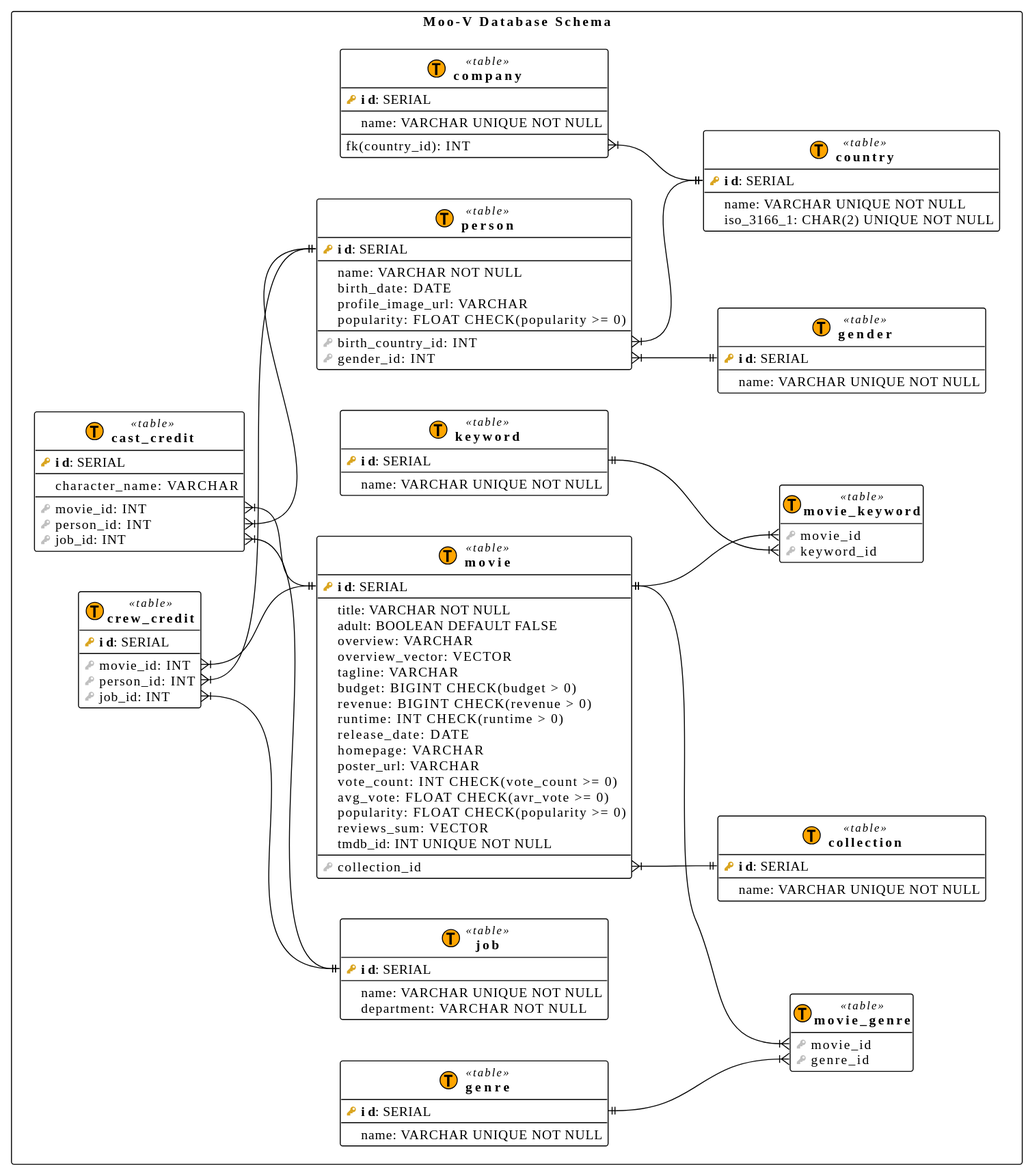
Above: schema/moo-v-db.svg in Moo-V-project/database (PlantUML), before the change.
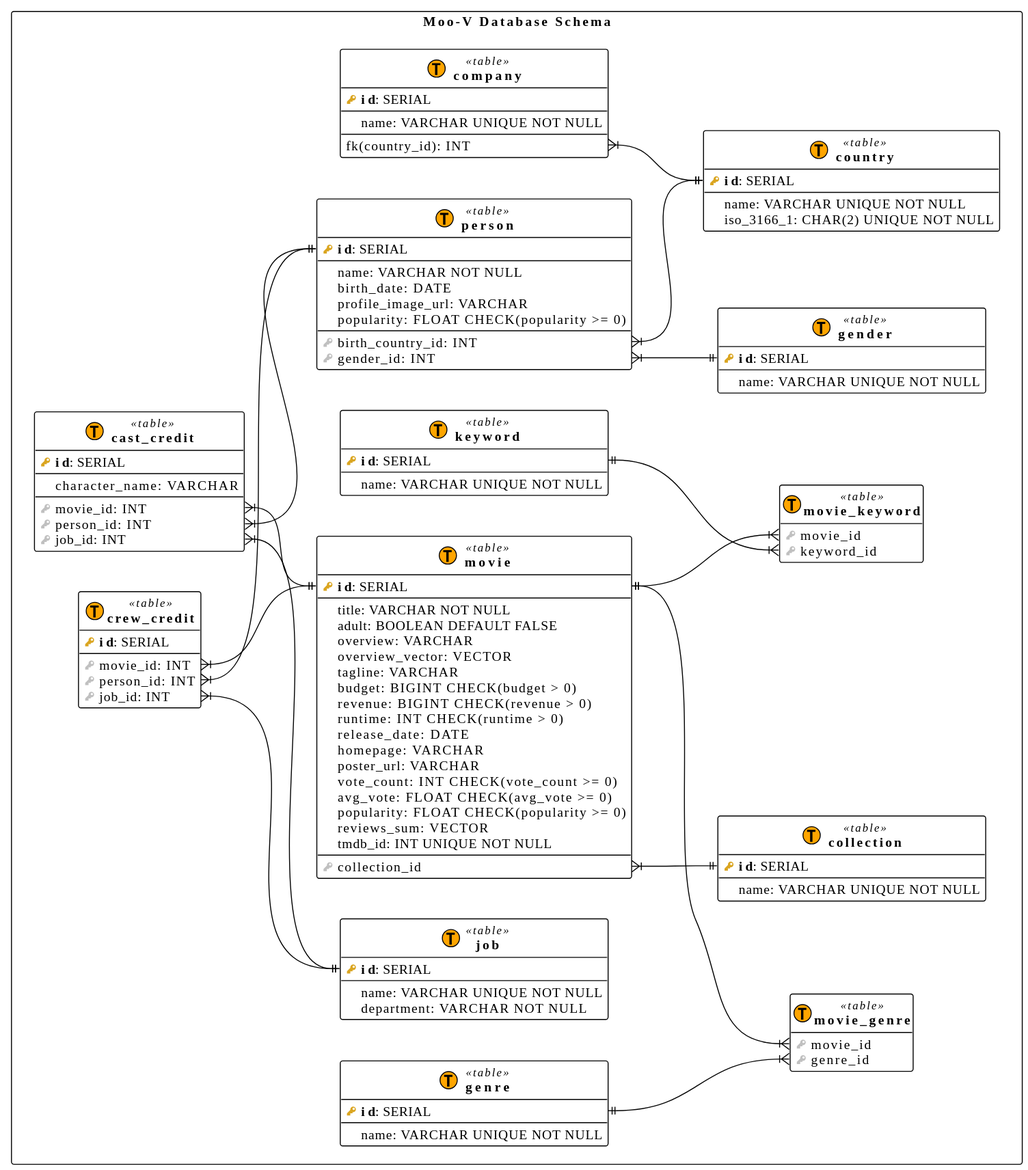
Later version of the same file.

Commit message:
schema: fix avg_vote movie attribute name

The edit, as a diff of the source:
```diff
@@ -56,7 +56,7 @@
 	$column(homepage): VARCHAR					/' URL of movie homepage '/
 	$column(poster_url): VARCHAR				/' URL of the movie poster image '/
 	$column(vote_count): INT CHECK(vote_count >= 0)
-	$column(avg_vote): FLOAT CHECK(avr_vote >= 0)
+	$column(avg_vote): FLOAT CHECK(avg_vote >= 0)
 	$column(popularity): FLOAT CHECK(popularity >= 0)
 	$column(reviews_sum): VECTOR
 	$column(tmdb_id): INT UNIQUE NOT NULL	/' The Movie Database (TMDb) identifier '/
```
